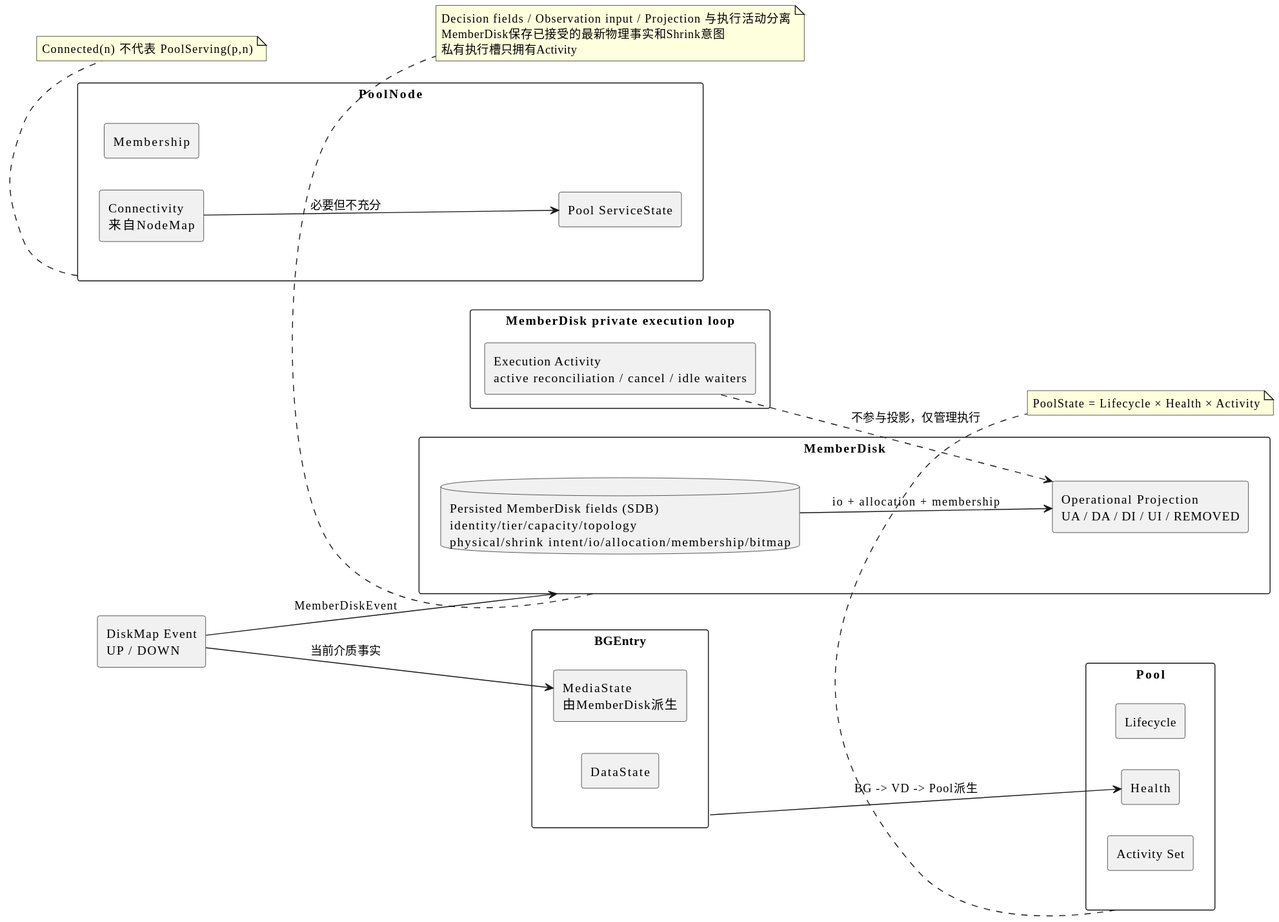
The PlantUML diagram docs/assets/state-dimensions.svg in limushu/runtime, before a commit. Its diagram source:
```plantuml
@startuml
skinparam backgroundColor white
skinparam defaultFontName "Microsoft YaHei"
skinparam shadowing false
skinparam componentStyle rectangle
left to right direction

rectangle "Pool" as Pool {
  component Lifecycle
  component Health
  component "Activity Set" as Activity
}

rectangle "MemberDisk" as MD {
  database "Persisted MemberDisk fields (SDB)\nidentity/tier/capacity/topology\nphysical/shrink intent/io/allocation/membership/bitmap" as Decision
  component "Operational Projection\nUA / DA / DI / UI / REMOVED" as DiskState
}

component "DiskMap Event\nUP / DOWN" as PhysicalState

rectangle "MemberDisk private execution loop" as Runtime {
  component "Execution Activity\nactive reconciliation / cancel / idle waiters" as ReconcileActivity
}

rectangle "PoolNode" as PN {
  component Membership
  component "Connectivity\n来自NodeMap" as Connectivity
  component "Pool ServiceState" as ServiceState
}

rectangle "BGEntry" as Entry {
  component "MediaState\n由MemberDisk派生" as MediaState
  component DataState
}

Entry --> Health : BG -> VD -> Pool派生
PhysicalState --> MD : MemberDiskEvent
PhysicalState --> MediaState : 当前介质事实
Decision --> DiskState : io + allocation + membership
ReconcileActivity ..> DiskState : 不参与投影，仅管理执行
Connectivity --> ServiceState : 必要但不充分

note bottom of Pool
PoolState = Lifecycle × Health × Activity
end note

note bottom of PN
Connected(n) 不代表 PoolServing(p,n)
end note

note bottom of MD
Decision fields / Observation input / Projection 与执行活动分离
MemberDisk保存已接受的最新物理事实和Shrink意图
私有执行槽只拥有Activity
end note
@enduml
```
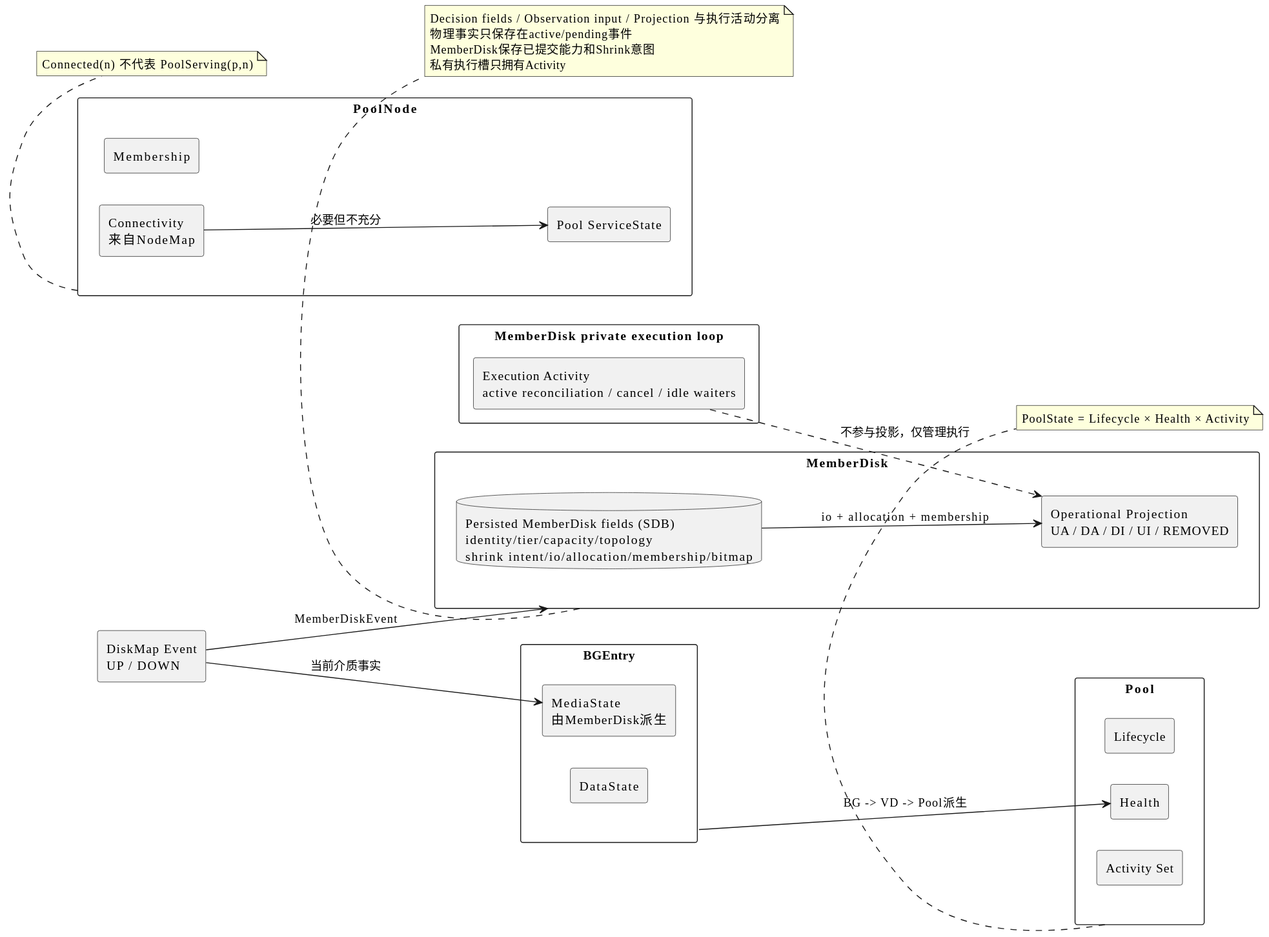
Later version of the same file.

What changed in the source:
```diff
@@ -12,7 +12,7 @@
 }
 
 rectangle "MemberDisk" as MD {
-  database "Persisted MemberDisk fields (SDB)\nidentity/tier/capacity/topology\nphysical/shrink intent/io/allocation/membership/bitmap" as Decision
+  database "Persisted MemberDisk fields (SDB)\nidentity/tier/capacity/topology\nshrink intent/io/allocation/membership/bitmap" as Decision
   component "Operational Projection\nUA / DA / DI / UI / REMOVED" as DiskState
 }
 
@@ -50,7 +50,8 @@
 
 note bottom of MD
 Decision fields / Observation input / Projection 与执行活动分离
-MemberDisk保存已接受的最新物理事实和Shrink意图
+物理事实只保存在active/pending事件
+MemberDisk保存已提交能力和Shrink意图
 私有执行槽只拥有Activity
 end note
 @enduml
```
